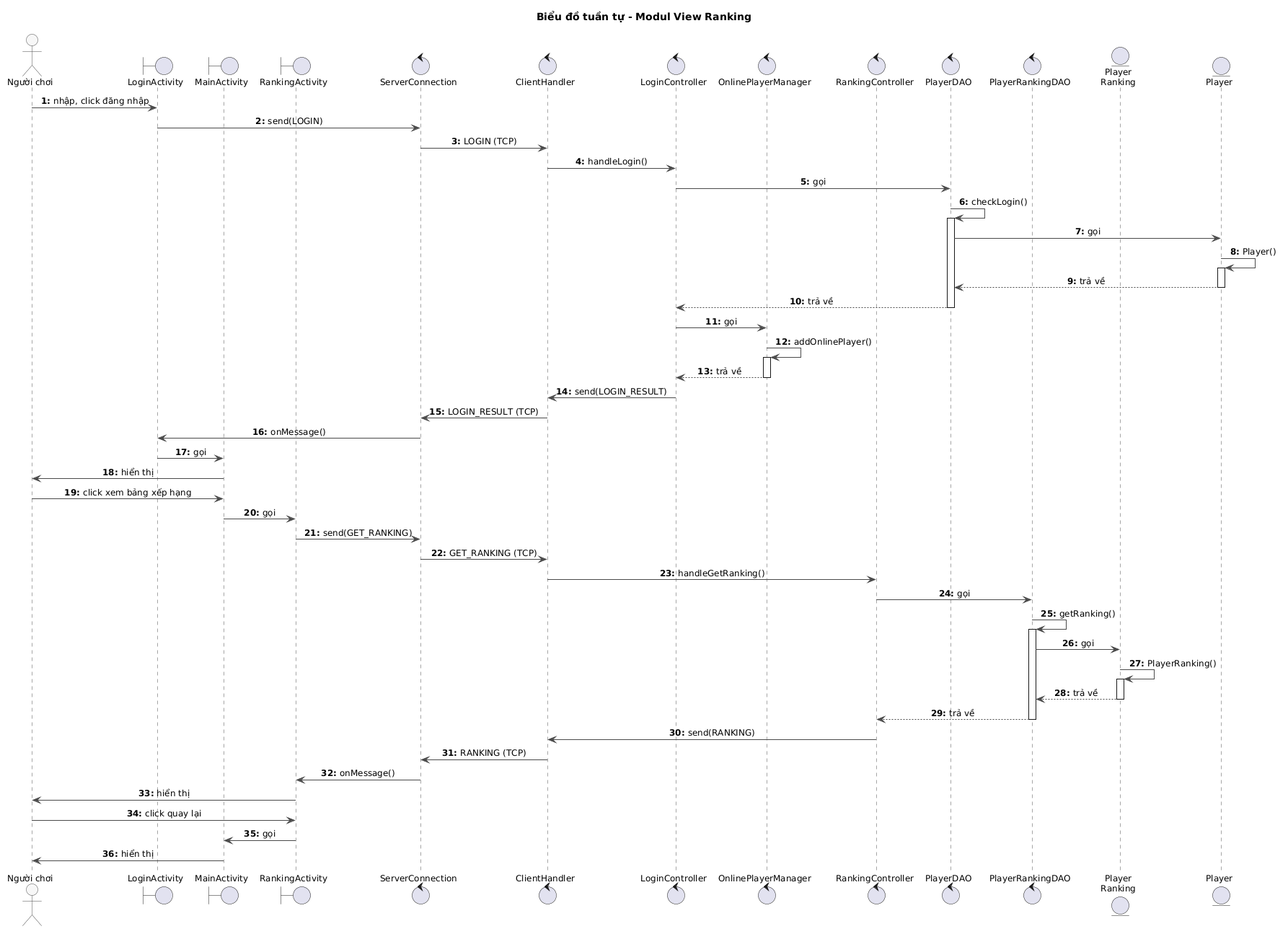
Above: docs/uml/pha3/seq-m1.png in VattenL/mobile-pikachu (PlantUML), before the change.
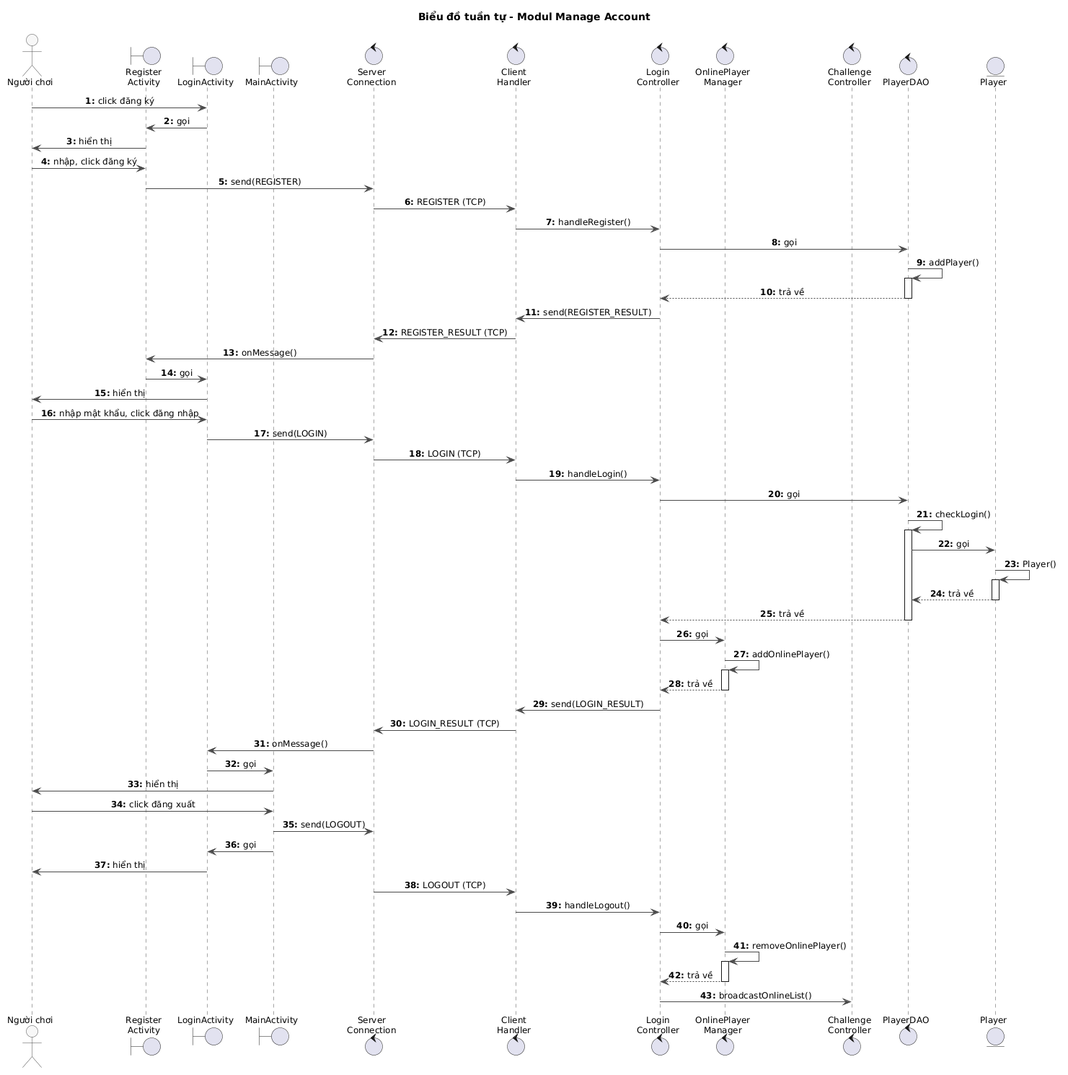
Above is the later version.

Diff of the diagram source:
```diff
@@ -1,5 +1,5 @@
 @startuml
-title Biểu đồ tuần tự - Modul View Ranking
+title Biểu đồ tuần tự - Modul Manage Account
 
 skinparam shadowing false
 skinparam defaultFontSize 12
@@ -16,20 +16,35 @@
 autonumber "<b>0:"
 
 actor "Người chơi" as Player
+boundary "Register\nActivity" as RegisterActivity
 boundary LoginActivity
 boundary MainActivity
-boundary RankingActivity
-control ServerConnection
-control ClientHandler
-control LoginController
-control OnlinePlayerManager
-control RankingController
+control "Server\nConnection" as ServerConnection
+control "Client\nHandler" as ClientHandler
+control "Login\nController" as LoginController
+control "OnlinePlayer\nManager" as OnlinePlayerManager
+control "Challenge\nController" as ChallengeController
 control PlayerDAO
-control PlayerRankingDAO
-entity "Player\nRanking" as PlayerRanking
 entity "Player" as PlayerE
 
-Player -> LoginActivity : nhập, click đăng nhập
+Player -> LoginActivity : click đăng ký
+LoginActivity -> RegisterActivity : gọi
+RegisterActivity -> Player : hiển thị
+Player -> RegisterActivity : nhập, click đăng ký
+RegisterActivity -> ServerConnection : send(REGISTER)
+ServerConnection -> ClientHandler : REGISTER (TCP)
+ClientHandler -> LoginController : handleRegister()
+LoginController -> PlayerDAO : gọi
+PlayerDAO -> PlayerDAO : addPlayer()
+activate PlayerDAO
+PlayerDAO --> LoginController : trả về
+deactivate PlayerDAO
+LoginController -> ClientHandler : send(REGISTER_RESULT)
+ClientHandler -> ServerConnection : REGISTER_RESULT (TCP)
+ServerConnection -> RegisterActivity : onMessage()
+RegisterActivity -> LoginActivity : gọi
+LoginActivity -> Player : hiển thị
+Player -> LoginActivity : nhập mật khẩu, click đăng nhập
 LoginActivity -> ServerConnection : send(LOGIN)
 ServerConnection -> ClientHandler : LOGIN (TCP)
 ClientHandler -> LoginController : handleLogin()
@@ -53,26 +68,16 @@
 ServerConnection -> LoginActivity : onMessage()
 LoginActivity -> MainActivity : gọi
 MainActivity -> Player : hiển thị
-Player -> MainActivity : click xem bảng xếp hạng
-MainActivity -> RankingActivity : gọi
-RankingActivity -> ServerConnection : send(GET_RANKING)
-ServerConnection -> ClientHandler : GET_RANKING (TCP)
-ClientHandler -> RankingController : handleGetRanking()
-RankingController -> PlayerRankingDAO : gọi
-PlayerRankingDAO -> PlayerRankingDAO : getRanking()
-activate PlayerRankingDAO
-PlayerRankingDAO -> PlayerRanking : gọi
-PlayerRanking -> PlayerRanking : PlayerRanking()
-activate PlayerRanking
-PlayerRanking --> PlayerRankingDAO : trả về
-deactivate PlayerRanking
-PlayerRankingDAO --> RankingController : trả về
-deactivate PlayerRankingDAO
-RankingController -> ClientHandler : send(RANKING)
-ClientHandler -> ServerConnection : RANKING (TCP)
-ServerConnection -> RankingActivity : onMessage()
-RankingActivity -> Player : hiển thị
-Player -> RankingActivity : click quay lại
-RankingActivity -> MainActivity : gọi
-MainActivity -> Player : hiển thị
+Player -> MainActivity : click đăng xuất
+MainActivity -> ServerConnection : send(LOGOUT)
+MainActivity -> LoginActivity : gọi
+LoginActivity -> Player : hiển thị
+ServerConnection -> ClientHandler : LOGOUT (TCP)
+ClientHandler -> LoginController : handleLogout()
+LoginController -> OnlinePlayerManager : gọi
+OnlinePlayerManager -> OnlinePlayerManager : removeOnlinePlayer()
+activate OnlinePlayerManager
+OnlinePlayerManager --> LoginController : trả về
+deactivate OnlinePlayerManager
+LoginController -> ChallengeController : broadcastOnlineList()
 @enduml
```
